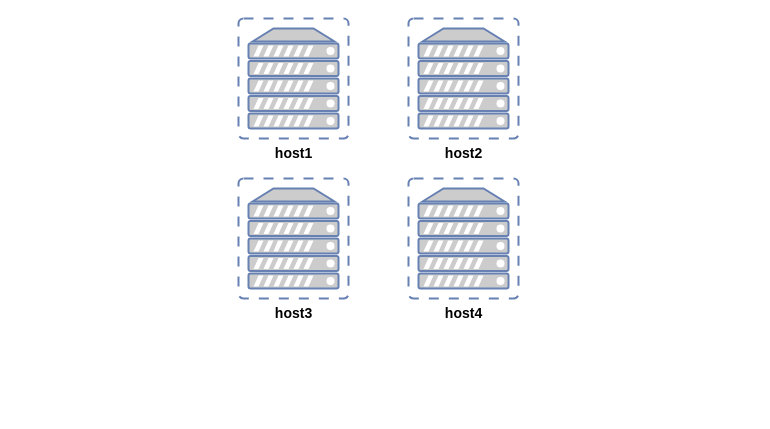
The draw.io diagram page "Page-4" (4 of 4) of docs/diagrams/networks-proxmox.drawio in telecomcraft/homelabs, before the edit. Source tidied: cells renumbered, new cells numbered last; positions are measured from the earlier drawing's top-left corner, leaving out a move shared by most shapes. Both pictures are drawn from the tidied source at 100%, with x=0, y=0 at pixel (238, 18).
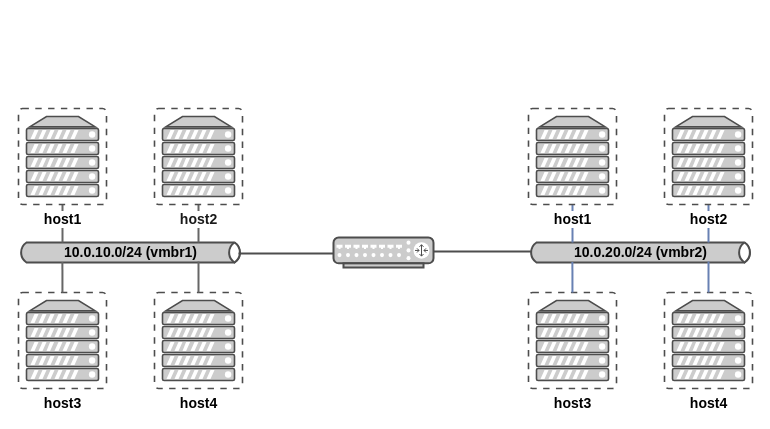
The same page after the edit.

Change to the diagram source:
```diff
@@
+    <mxCell id="6" style="group;" parent="1" vertex="1">
+      <mxGeometry x="-220" y="90" width="224" height="280" as="geometry" />
+    </mxCell>
-    <mxCell id="2" value="host4" style="fontColor=#000000;verticalAlign=top;verticalLabelPosition=bottom;labelPosition=center;align=center;html=1;outlineConnect=0;fillColor=#CCCCCC;strokeColor=#6881B3;gradientColor=none;gradientDirection=north;strokeWidth=2;shape=mxgraph.networks.virtual_server;fontStyle=1;fontSize=14;" parent="1" vertex="1">
-      <mxGeometry x="170" y="160" width="110" height="120" as="geometry" />
+    <mxCell id="2" value="host4" style="fontColor=#000000;verticalAlign=top;verticalLabelPosition=bottom;labelPosition=center;align=center;html=1;outlineConnect=0;fillColor=#CCCCCC;strokeColor=#4D4D4D;gradientColor=none;gradientDirection=north;strokeWidth=2;shape=mxgraph.networks.virtual_server;fontStyle=1;fontSize=14;labelBackgroundColor=default;" parent="6" vertex="1">
+      <mxGeometry x="136" y="184" width="88" height="96" as="geometry" />
     </mxCell>
+    <mxCell id="4" value="host3" style="fontColor=#000000;verticalAlign=top;verticalLabelPosition=bottom;labelPosition=center;align=center;html=1;outlineConnect=0;fillColor=#CCCCCC;strokeColor=#4D4D4D;gradientColor=none;gradientDirection=north;strokeWidth=2;shape=mxgraph.networks.virtual_server;fontStyle=1;fontSize=14;labelBackgroundColor=default;" parent="6" vertex="1">
+      <mxGeometry y="184" width="88" height="96" as="geometry" />
+    </mxCell>
+    <mxCell id="7" value="&lt;div&gt;10.0.10.0/24 (vmbr1)&lt;/div&gt;" style="html=1;fillColor=#CCCCCC;strokeColor=#4D4D4D;gradientColor=none;gradientDirection=north;strokeWidth=2;shape=mxgraph.networks.bus;gradientColor=none;gradientDirection=north;fontColor=#000000;perimeter=backbonePerimeter;backboneSize=20;fontSize=14;fontStyle=1;" parent="6" vertex="1">
+      <mxGeometry y="136" width="224" height="16" as="geometry" />
+    </mxCell>
+    <mxCell id="8" style="strokeColor=#666666;edgeStyle=none;rounded=0;endArrow=none;html=1;strokeWidth=2;fontSize=14;verticalAlign=top;fillColor=#CCCCCC;fontColor=#0066CC;gradientColor=none;gradientDirection=north;" parent="6" edge="1" source="3" target="7">
+      <mxGeometry relative="1" as="geometry" />
+    </mxCell>
+    <mxCell id="9" style="strokeColor=#666666;edgeStyle=none;rounded=0;endArrow=none;html=1;strokeWidth=2;fontSize=14;verticalAlign=top;fillColor=#CCCCCC;fontColor=#0066CC;gradientColor=none;gradientDirection=north;" parent="6" edge="1" source="5" target="7">
+      <mxGeometry relative="1" as="geometry" />
+    </mxCell>
+    <mxCell id="10" style="strokeColor=#666666;edgeStyle=none;rounded=0;endArrow=none;html=1;strokeWidth=2;entryX=0.196;entryY=1.1;entryDx=0;entryDy=0;entryPerimeter=0;fontSize=14;verticalAlign=top;fillColor=#CCCCCC;fontColor=#0066CC;gradientColor=none;gradientDirection=north;" parent="6" edge="1" source="4" target="7">
+      <mxGeometry relative="1" as="geometry" />
+    </mxCell>
+    <mxCell id="11" style="strokeColor=#666666;edgeStyle=none;rounded=0;endArrow=none;html=1;strokeWidth=2;fontSize=14;verticalAlign=top;fillColor=#CCCCCC;fontColor=#0066CC;gradientColor=none;gradientDirection=north;" parent="6" edge="1" source="2" target="7">
+      <mxGeometry relative="1" as="geometry" />
+    </mxCell>
+    <mxCell id="5" value="&lt;div style=&quot;font-size: 14px;&quot;&gt;host2&lt;/div&gt;" style="fontColor=#1A1A1A;verticalAlign=top;verticalLabelPosition=bottom;labelPosition=center;align=center;html=1;outlineConnect=0;fillColor=#CCCCCC;strokeColor=#4D4D4D;gradientColor=none;gradientDirection=north;strokeWidth=2;shape=mxgraph.networks.virtual_server;fontStyle=1;fontSize=14;labelBackgroundColor=default;" parent="6" vertex="1">
+      <mxGeometry x="136" width="88" height="96" as="geometry" />
+    </mxCell>
-    <mxCell id="3" value="&lt;b style=&quot;font-size: 14px;&quot;&gt;&lt;font style=&quot;font-size: 14px;&quot; color=&quot;#000000&quot;&gt;host1&lt;/font&gt;&lt;/b&gt;" style="fontColor=#0066CC;verticalAlign=top;verticalLabelPosition=bottom;labelPosition=center;align=center;html=1;outlineConnect=0;fillColor=#CCCCCC;strokeColor=#6881B3;gradientColor=none;gradientDirection=north;strokeWidth=2;shape=mxgraph.networks.virtual_server;fontSize=14;" parent="1" vertex="1">
-      <mxGeometry width="110" height="120" as="geometry" />
+    <mxCell id="3" value="&lt;b style=&quot;font-size: 14px;&quot;&gt;&lt;font style=&quot;font-size: 14px;&quot; color=&quot;#000000&quot;&gt;host1&lt;/font&gt;&lt;/b&gt;" style="fontColor=#0066CC;verticalAlign=top;verticalLabelPosition=bottom;labelPosition=center;align=center;html=1;outlineConnect=0;fillColor=#CCCCCC;strokeColor=#4D4D4D;gradientColor=none;gradientDirection=north;strokeWidth=2;shape=mxgraph.networks.virtual_server;fontSize=14;labelBackgroundColor=default;" parent="6" vertex="1">
+      <mxGeometry width="88" height="96" as="geometry" />
     </mxCell>
-    <mxCell id="4" value="host3" style="fontColor=#000000;verticalAlign=top;verticalLabelPosition=bottom;labelPosition=center;align=center;html=1;outlineConnect=0;fillColor=#CCCCCC;strokeColor=#6881B3;gradientColor=none;gradientDirection=north;strokeWidth=2;shape=mxgraph.networks.virtual_server;fontStyle=1;fontSize=14;" parent="1" vertex="1">
-      <mxGeometry y="160" width="110" height="120" as="geometry" />
-    </mxCell>
-    <mxCell id="5" value="&lt;div style=&quot;font-size: 14px;&quot;&gt;host2&lt;/div&gt;" style="fontColor=#000000;verticalAlign=top;verticalLabelPosition=bottom;labelPosition=center;align=center;html=1;outlineConnect=0;fillColor=#CCCCCC;strokeColor=#6881B3;gradientColor=none;gradientDirection=north;strokeWidth=2;shape=mxgraph.networks.virtual_server;fontStyle=1;fontSize=14;" parent="1" vertex="1">
-      <mxGeometry x="170" width="110" height="120" as="geometry" />
-    </mxCell>
+    <mxCell id="12" style="edgeStyle=orthogonalEdgeStyle;rounded=0;jettySize=auto;html=1;exitX=1;exitY=0.5;exitDx=0;exitDy=0;exitPerimeter=0;entryX=0.063;entryY=0.438;entryDx=0;entryDy=0;entryPerimeter=0;endArrow=none;strokeColor=#4D4D4D;strokeWidth=2;" parent="1" edge="1" source="14" target="18">
+      <mxGeometry relative="1" as="geometry">
+        <Array as="points">
+          <mxPoint x="195" y="233" />
+        </Array>
+      </mxGeometry>
+    </mxCell>
+    <mxCell id="13" style="edgeStyle=orthogonalEdgeStyle;rounded=0;jettySize=auto;html=1;exitX=0;exitY=0.5;exitDx=0;exitDy=0;exitPerimeter=0;entryX=0.982;entryY=0.563;entryDx=0;entryDy=0;entryPerimeter=0;endArrow=none;strokeColor=#4D4D4D;strokeWidth=2;" parent="1" edge="1" source="14" target="7">
+      <mxGeometry relative="1" as="geometry">
+        <Array as="points">
+          <mxPoint x="95" y="235" />
+        </Array>
+      </mxGeometry>
+    </mxCell>
+    <mxCell id="14" style="fontColor=#0066CC;verticalAlign=top;verticalLabelPosition=bottom;labelPosition=center;align=center;html=1;outlineConnect=0;fillColor=#CCCCCC;strokeColor=#4D4D4D;gradientColor=none;gradientDirection=north;strokeWidth=2;shape=mxgraph.networks.router;" parent="1" vertex="1">
+      <mxGeometry x="95" y="219" width="100" height="30" as="geometry" />
+    </mxCell>
+    <mxCell id="15" style="group;strokeColor=none;" parent="1" vertex="1">
+      <mxGeometry x="290" y="90" width="224" height="280" as="geometry" />
+    </mxCell>
+    <mxCell id="16" value="host4" style="fontColor=#000000;verticalAlign=top;verticalLabelPosition=bottom;labelPosition=center;align=center;html=1;outlineConnect=0;fillColor=#CCCCCC;strokeColor=#4D4D4D;gradientColor=none;gradientDirection=north;strokeWidth=2;shape=mxgraph.networks.virtual_server;fontStyle=1;fontSize=14;labelBackgroundColor=default;" parent="15" vertex="1">
+      <mxGeometry x="136" y="184" width="88" height="96" as="geometry" />
+    </mxCell>
+    <mxCell id="17" value="host3" style="fontColor=#000000;verticalAlign=top;verticalLabelPosition=bottom;labelPosition=center;align=center;html=1;outlineConnect=0;fillColor=#CCCCCC;strokeColor=#4D4D4D;gradientColor=none;gradientDirection=north;strokeWidth=2;shape=mxgraph.networks.virtual_server;fontStyle=1;fontSize=14;labelBackgroundColor=default;" parent="15" vertex="1">
+      <mxGeometry y="184" width="88" height="96" as="geometry" />
+    </mxCell>
+    <mxCell id="18" value="10.0.20.0/24 (vmbr2)" style="html=1;fillColor=#CCCCCC;strokeColor=#4D4D4D;gradientColor=none;gradientDirection=north;strokeWidth=2;shape=mxgraph.networks.bus;gradientColor=none;gradientDirection=north;fontColor=#000000;perimeter=backbonePerimeter;backboneSize=20;fontSize=14;fontStyle=1;" parent="15" vertex="1">
+      <mxGeometry y="136" width="224" height="16" as="geometry" />
+    </mxCell>
+    <mxCell id="19" style="strokeColor=#6881B3;edgeStyle=none;rounded=0;endArrow=none;html=1;strokeWidth=2;" parent="15" edge="1" source="24" target="18">
+      <mxGeometry relative="1" as="geometry" />
+    </mxCell>
+    <mxCell id="20" style="strokeColor=#6881B3;edgeStyle=none;rounded=0;endArrow=none;html=1;strokeWidth=2;" parent="15" edge="1" source="23" target="18">
+      <mxGeometry relative="1" as="geometry" />
+    </mxCell>
+    <mxCell id="21" style="strokeColor=#6881B3;edgeStyle=none;rounded=0;endArrow=none;html=1;strokeWidth=2;entryX=0.196;entryY=1.1;entryDx=0;entryDy=0;entryPerimeter=0;" parent="15" edge="1" source="17" target="18">
+      <mxGeometry relative="1" as="geometry" />
+    </mxCell>
+    <mxCell id="22" style="strokeColor=#6881B3;edgeStyle=none;rounded=0;endArrow=none;html=1;strokeWidth=2;" parent="15" edge="1" source="16" target="18">
+      <mxGeometry relative="1" as="geometry" />
+    </mxCell>
+    <mxCell id="23" value="&lt;div style=&quot;font-size: 14px;&quot;&gt;host2&lt;/div&gt;" style="fontColor=#000000;verticalAlign=top;verticalLabelPosition=bottom;labelPosition=center;align=center;html=1;outlineConnect=0;fillColor=#CCCCCC;strokeColor=#4D4D4D;gradientColor=none;gradientDirection=north;strokeWidth=2;shape=mxgraph.networks.virtual_server;fontStyle=1;fontSize=14;labelBackgroundColor=#FFFFFF;" parent="15" vertex="1">
+      <mxGeometry x="136" width="88" height="96" as="geometry" />
+    </mxCell>
+    <mxCell id="24" value="&lt;b style=&quot;font-size: 14px;&quot;&gt;&lt;font style=&quot;font-size: 14px;&quot; color=&quot;#000000&quot;&gt;host1&lt;/font&gt;&lt;/b&gt;" style="fontColor=#0066CC;verticalAlign=top;verticalLabelPosition=bottom;labelPosition=center;align=center;html=1;outlineConnect=0;fillColor=#CCCCCC;strokeColor=#4D4D4D;gradientColor=none;gradientDirection=north;strokeWidth=2;shape=mxgraph.networks.virtual_server;fontSize=14;labelBackgroundColor=default;" parent="15" vertex="1">
+      <mxGeometry width="88" height="96" as="geometry" />
+    </mxCell>
```
